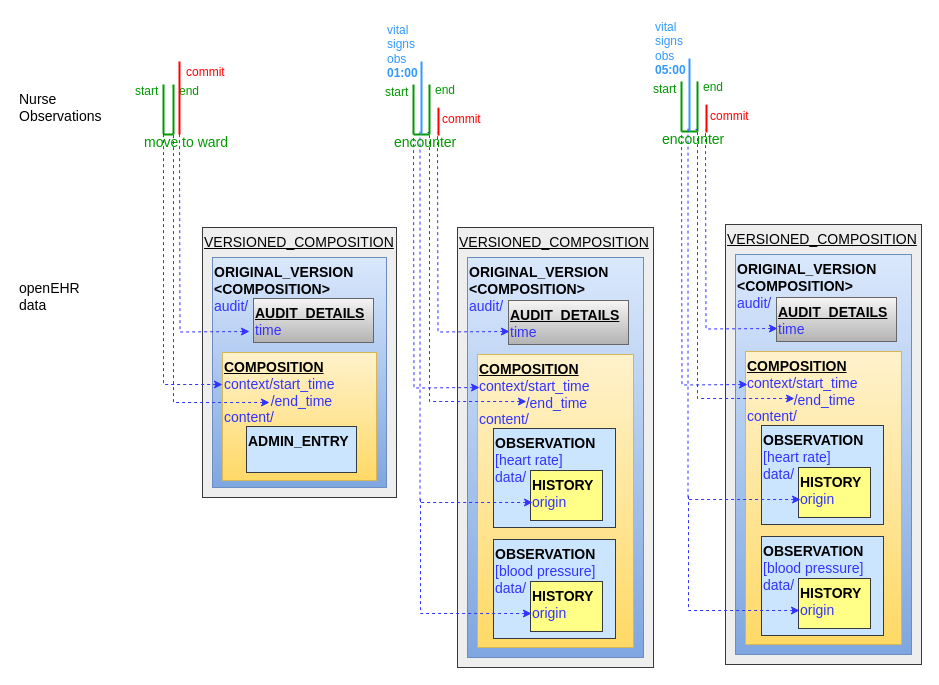
Earlier version of the draw.io diagram docs/ehr/diagrams/time_in_the_ehr-nursing_obs.drawio (openEHR/specifications-RM). Source tidied: cells renumbered, new cells numbered last; positions are measured from the earlier drawing's top-left corner, leaving out a move shared by most shapes. Both pictures are drawn from the tidied source at 100%, with x=0, y=0 at pixel (17, 17).
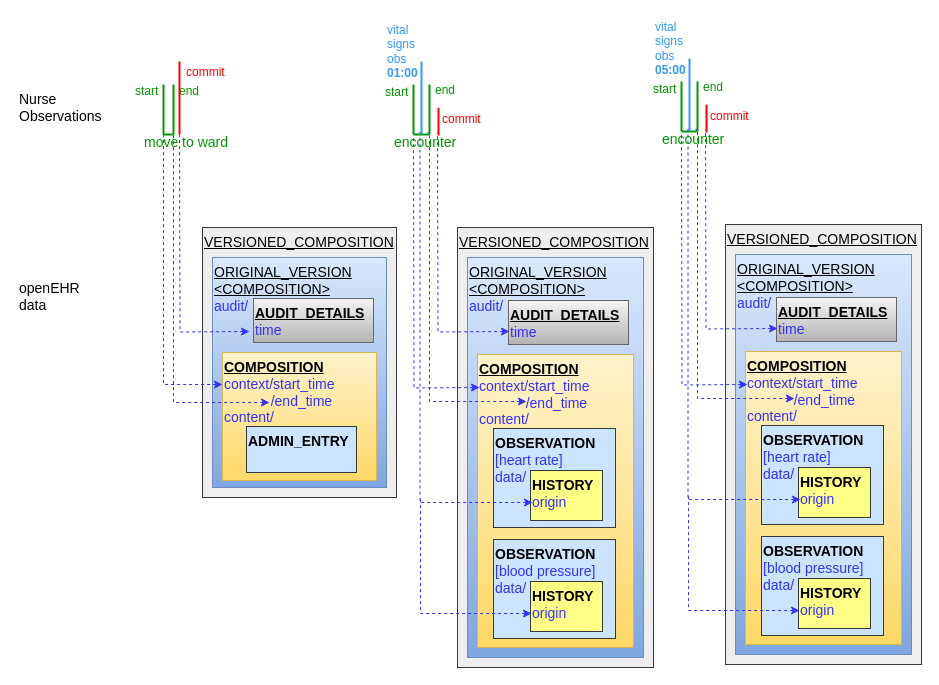
Above is the later version.

What changed in the source:
```diff
@@
-    <mxCell id="3" value="&lt;b&gt;ORIGINAL_VERSION&lt;br&gt;&amp;lt;COMPOSITION&amp;gt;&lt;/b&gt;&lt;br&gt;&lt;font color=&quot;#3333ff&quot;&gt;audit/&lt;/font&gt;" style="rounded=0;whiteSpace=wrap;html=1;fontSize=14;verticalAlign=top;align=left;fillColor=#dae8fc;strokeColor=#6c8ebf;gradientColor=#7ea6e0;" parent="1" vertex="1">
+    <mxCell id="3" value="&lt;u&gt;&lt;span&gt;ORIGINAL_VERSION&lt;br&gt;&amp;lt;COMPOSITION&amp;gt;&lt;/span&gt;&lt;br&gt;&lt;/u&gt;&lt;font color=&quot;#3333ff&quot;&gt;audit/&lt;/font&gt;" style="rounded=0;whiteSpace=wrap;html=1;fontSize=14;verticalAlign=top;align=left;fillColor=#dae8fc;strokeColor=#6c8ebf;gradientColor=#7ea6e0;fontStyle=0;" parent="1" vertex="1">
       <mxGeometry x="450" y="240" width="176" height="400" as="geometry" />
     </mxCell>
@@
-    <mxCell id="43" value="&lt;b&gt;ORIGINAL_VERSION&lt;br&gt;&amp;lt;COMPOSITION&amp;gt;&lt;/b&gt;&lt;br&gt;&lt;font color=&quot;#3333ff&quot;&gt;audit/&lt;/font&gt;" style="rounded=0;whiteSpace=wrap;html=1;fontSize=14;verticalAlign=top;align=left;fillColor=#dae8fc;strokeColor=#6c8ebf;gradientColor=#7ea6e0;" parent="1" vertex="1">
+    <mxCell id="43" value="&lt;span&gt;&lt;u&gt;ORIGINAL_VERSION&lt;br&gt;&amp;lt;COMPOSITION&amp;gt;&lt;/u&gt;&lt;/span&gt;&lt;br&gt;&lt;font color=&quot;#3333ff&quot;&gt;audit/&lt;/font&gt;" style="rounded=0;whiteSpace=wrap;html=1;fontSize=14;verticalAlign=top;align=left;fillColor=#dae8fc;strokeColor=#6c8ebf;gradientColor=#7ea6e0;fontStyle=0;" parent="1" vertex="1">
       <mxGeometry x="195" y="240" width="174" height="230" as="geometry" />
     </mxCell>
@@
-    <mxCell id="55" value="&lt;b&gt;ORIGINAL_VERSION&lt;br&gt;&amp;lt;COMPOSITION&amp;gt;&lt;/b&gt;&lt;br&gt;&lt;font color=&quot;#3333ff&quot;&gt;audit/&lt;/font&gt;" style="rounded=0;whiteSpace=wrap;html=1;fontSize=14;verticalAlign=top;align=left;fillColor=#dae8fc;strokeColor=#6c8ebf;gradientColor=#7ea6e0;" parent="1" vertex="1">
+    <mxCell id="55" value="&lt;span&gt;&lt;u&gt;ORIGINAL_VERSION&lt;br&gt;&amp;lt;COMPOSITION&amp;gt;&lt;/u&gt;&lt;/span&gt;&lt;br&gt;&lt;font color=&quot;#3333ff&quot;&gt;audit/&lt;/font&gt;" style="rounded=0;whiteSpace=wrap;html=1;fontSize=14;verticalAlign=top;align=left;fillColor=#dae8fc;strokeColor=#6c8ebf;gradientColor=#7ea6e0;fontStyle=0;" parent="1" vertex="1">
       <mxGeometry x="718" y="237" width="176" height="400" as="geometry" />
     </mxCell>
```
